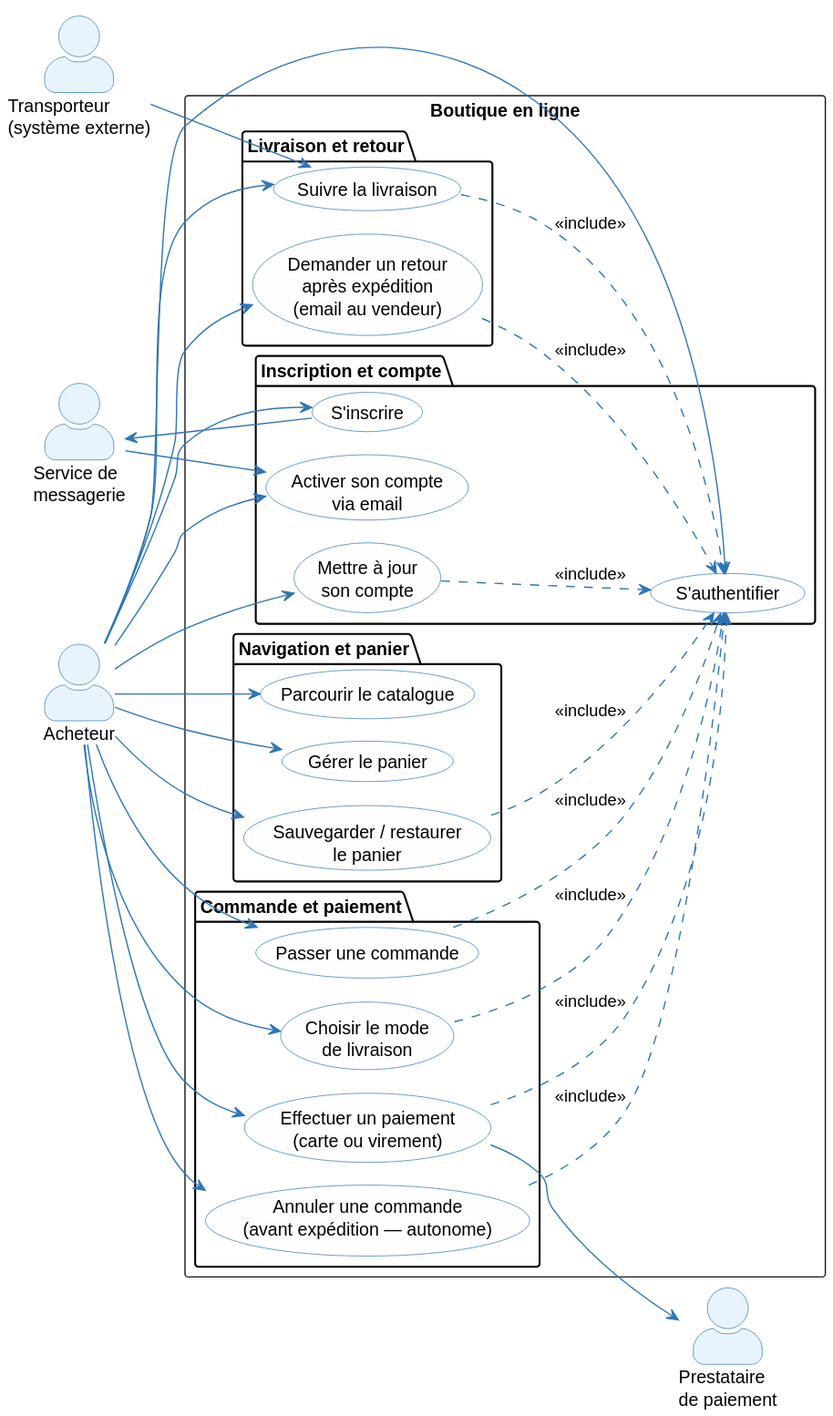
The PlantUML diagram architecture/01-operational-analysis/diagrams/oa-uc-buyer.svg in louistalvande/online_shop, before a commit.
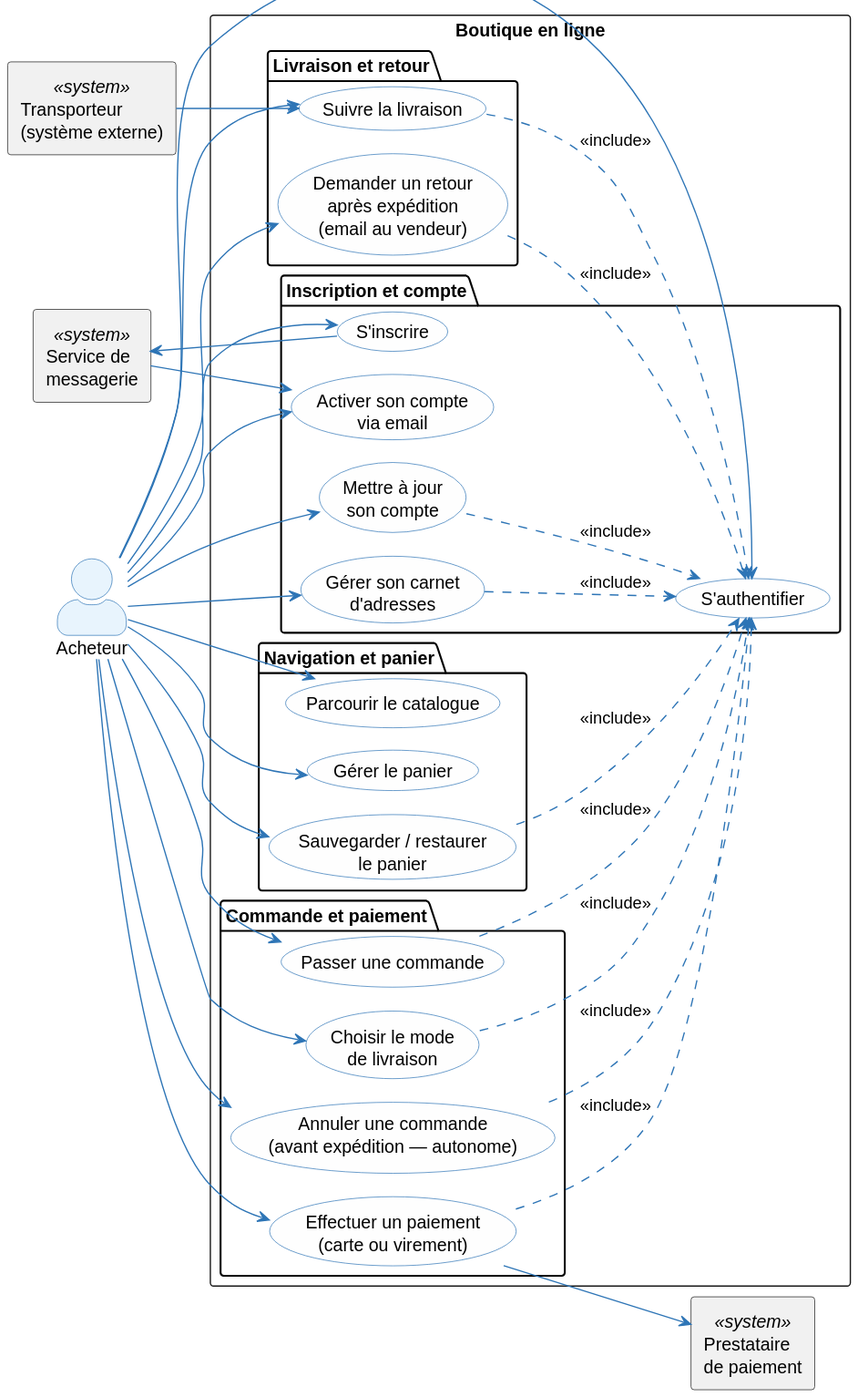
Above is the later version.

The edit, as a diff of the source:
```diff
@@ -13,9 +13,9 @@
 left to right direction
 
 actor "Acheteur" as Buyer
-actor "Service de\nmessagerie" as Mail
-actor "Prestataire\nde paiement" as Payment
-actor "Transporteur\n(système externe)" as Carrier
+rectangle "Service de\nmessagerie" as Mail <<system>>
+rectangle "Prestataire\nde paiement" as Payment <<system>>
+rectangle "Transporteur\n(système externe)" as Carrier <<system>>
 
 rectangle "Boutique en ligne" {
   package "Inscription et compte" {
@@ -23,6 +23,7 @@
     usecase (Activer son compte\nvia email) as UC_B0B
     usecase (S'authentifier) as UC_B_AUTH
     usecase (Mettre à jour\nson compte) as UC_B_ACC
+    usecase (Gérer son carnet\nd'adresses) as UC_B_ADDR
   }
   package "Navigation et panier" {
     usecase (Parcourir le catalogue) as UC_B1
@@ -45,6 +46,7 @@
 Buyer --> UC_B0B
 Buyer --> UC_B_AUTH
 Buyer --> UC_B_ACC
+Buyer --> UC_B_ADDR
 Buyer --> UC_B1
 Buyer --> UC_B2
 Buyer --> UC_B2B
@@ -56,6 +58,7 @@
 Buyer --> UC_B7
 
 UC_B_ACC ..> UC_B_AUTH : <<include>>
+UC_B_ADDR ..> UC_B_AUTH : <<include>>
 UC_B2B ..> UC_B_AUTH : <<include>>
 UC_B3 ..> UC_B_AUTH : <<include>>
 UC_B4B ..> UC_B_AUTH : <<include>>
```
